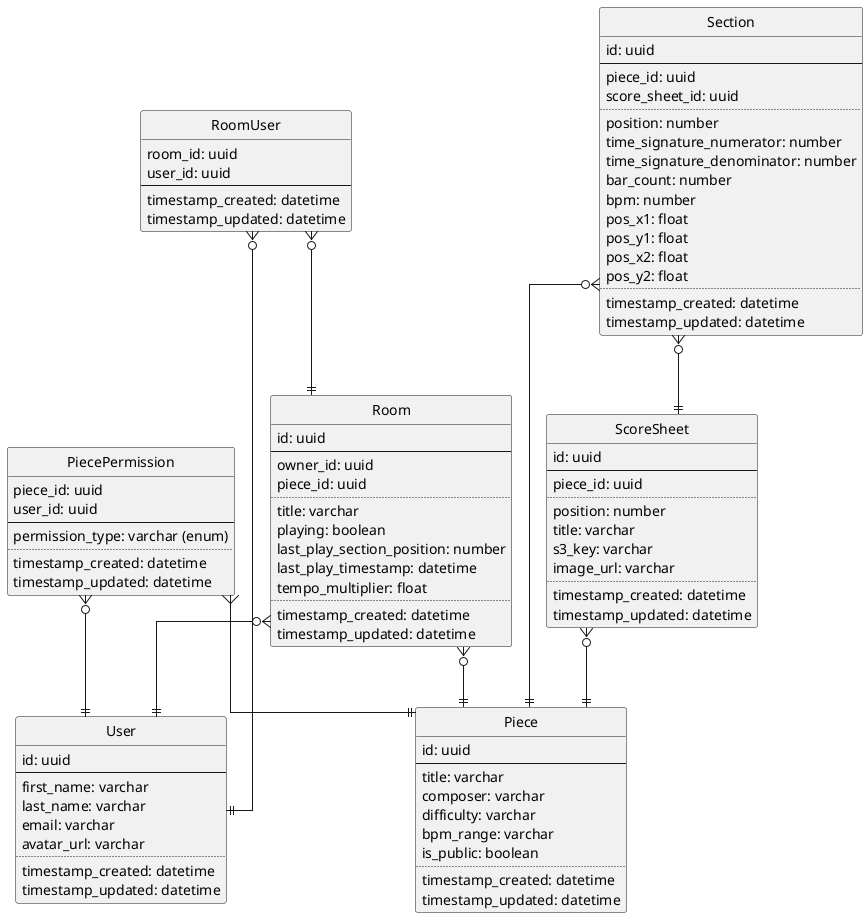
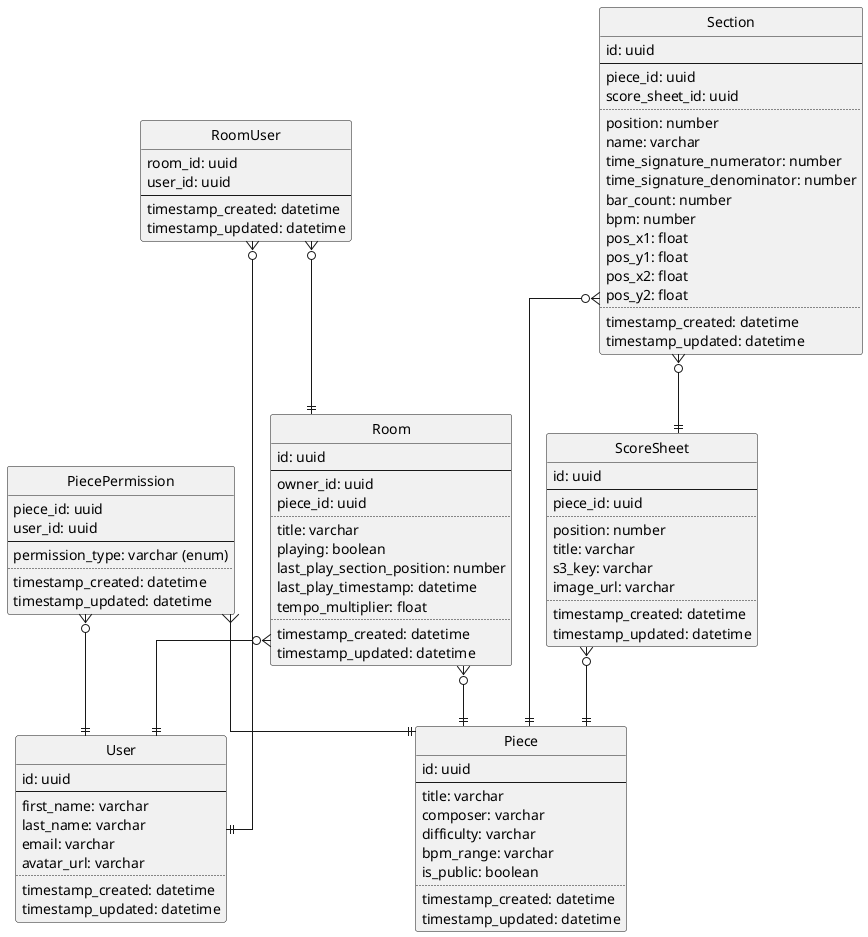
@startuml
'https://plantuml.com/class-diagram

' configuration
hide circle
skinparam linetype ortho

' User model
entity "User" as user {
  id: uuid
  --
  first_name: varchar
  last_name: varchar
  email: varchar
  avatar_url: varchar
  ..
  timestamp_created: datetime
  timestamp_updated: datetime
}

' Piece model
entity "Piece" as piece {
  id: uuid
  --
  title: varchar
  composer: varchar
  difficulty: varchar
  bpm_range: varchar
  is_public: boolean
  ..
  timestamp_created: datetime
  timestamp_updated: datetime
}

' ScoreSheet model
entity "ScoreSheet" as scoresheet {
  id: uuid
  --
  piece_id: uuid
  ..
  position: number
  title: varchar
  s3_key: varchar
  image_url: varchar
  ..
  timestamp_created: datetime
  timestamp_updated: datetime
}

' Section model
entity "Section" as section {
  id: uuid
  --
  piece_id: uuid
  score_sheet_id: uuid
  ..
  position: number
+   name: varchar
  time_signature_numerator: number
  time_signature_denominator: number
  bar_count: number
  bpm: number
  pos_x1: float
  pos_y1: float
  pos_x2: float
  pos_y2: float
  ..
  timestamp_created: datetime
  timestamp_updated: datetime
}

' PiecePermission model
entity "PiecePermission" as piecepermission {
  piece_id: uuid
  user_id: uuid
  --
  permission_type: varchar (enum)
  ..
  timestamp_created: datetime
  timestamp_updated: datetime
}

' Room model
entity "Room" as room {
  id: uuid
  --
  owner_id: uuid
  piece_id: uuid
  ..
  title: varchar
  playing: boolean
  last_play_section_position: number
  last_play_timestamp: datetime
  tempo_multiplier: float
  ..
  timestamp_created: datetime
  timestamp_updated: datetime
}

' RoomUser model
entity "RoomUser" as roomuser {
  room_id: uuid
  user_id: uuid
  --
  timestamp_created: datetime
  timestamp_updated: datetime
}

' Relationships
scoresheet }o--|| piece
section }o--|| piece
section }o--|| scoresheet
piecepermission }o--|| user
piecepermission }--|| piece
room }o--|| user
room }o--|| piece
roomuser }o--|| room
roomuser }o--|| user

@enduml